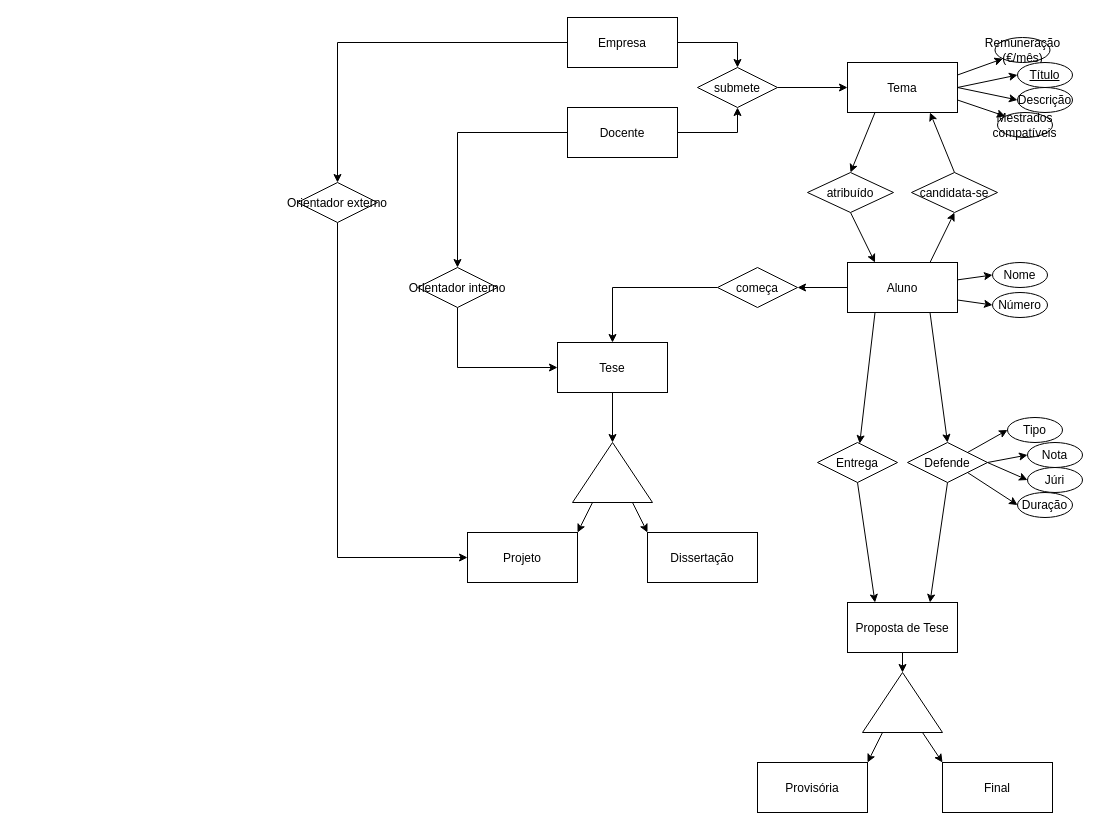
The draw.io diagram page "Página-2" (2 of 2) of CSS_domainModel.drawio in JorgeCaldeira/CSS-fase1, before the edit. Source tidied: cells renumbered, new cells numbered last; positions are measured from the earlier drawing's top-left corner, leaving out a move shared by most shapes. Both pictures are drawn from the tidied source at 100%, with x=0, y=0 at pixel (297, 17).
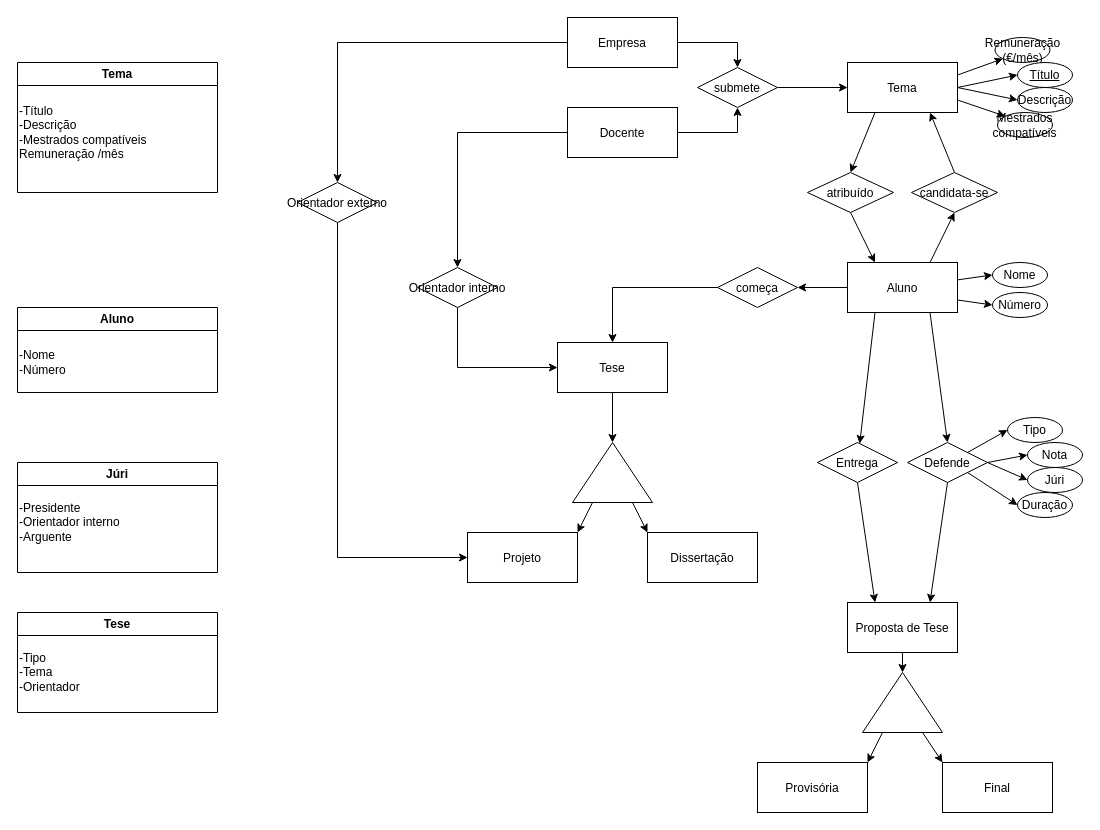
Above is the later version.

Change to the diagram source:
```diff
@@
+    <mxCell id="65" value="Aluno" style="swimlane;whiteSpace=wrap;html=1;" parent="1" vertex="1">
+      <mxGeometry x="-280" y="290" width="200" height="85" as="geometry" />
+    </mxCell>
+    <mxCell id="66" value="-Nome&lt;div&gt;-Número&lt;/div&gt;" style="text;html=1;align=left;verticalAlign=middle;strokeColor=none;fillColor=none;" parent="65" vertex="1">
+      <mxGeometry y="35" width="70" height="40" as="geometry" />
+    </mxCell>
+    <mxCell id="67" value="Tema" style="swimlane;whiteSpace=wrap;html=1;" parent="1" vertex="1">
+      <mxGeometry x="-280" y="45" width="200" height="130" as="geometry" />
+    </mxCell>
+    <mxCell id="68" value="-Título&lt;div&gt;-Descrição&lt;/div&gt;&lt;div&gt;-Mestrados compatíveis&lt;/div&gt;&lt;div&gt;Remuneração /mês&lt;/div&gt;" style="text;html=1;align=left;verticalAlign=middle;strokeColor=none;fillColor=none;" parent="67" vertex="1">
+      <mxGeometry y="35" width="150" height="70" as="geometry" />
+    </mxCell>
+    <mxCell id="69" value="Tese" style="swimlane;whiteSpace=wrap;html=1;" parent="1" vertex="1">
+      <mxGeometry x="-280" y="595" width="200" height="100" as="geometry" />
+    </mxCell>
+    <mxCell id="70" value="-Tipo&amp;nbsp;&lt;div&gt;-Tema&lt;br&gt;&lt;div&gt;-Orientador&lt;/div&gt;&lt;/div&gt;" style="text;html=1;align=left;verticalAlign=middle;strokeColor=none;fillColor=none;" parent="69" vertex="1">
+      <mxGeometry y="30" width="80" height="60" as="geometry" />
+    </mxCell>
+    <mxCell id="71" value="Júri" style="swimlane;whiteSpace=wrap;html=1;" parent="1" vertex="1">
+      <mxGeometry x="-280" y="445" width="200" height="110" as="geometry" />
+    </mxCell>
+    <mxCell id="72" value="-&lt;span style=&quot;background-color: initial;&quot;&gt;Presidente&lt;/span&gt;&lt;div&gt;&lt;span style=&quot;background-color: initial;&quot;&gt;-Orientador interno&lt;/span&gt;&lt;/div&gt;&lt;div&gt;&lt;span style=&quot;background-color: initial;&quot;&gt;-Arguente&lt;/span&gt;&lt;/div&gt;" style="text;html=1;align=left;verticalAlign=middle;strokeColor=none;fillColor=none;" parent="71" vertex="1">
+      <mxGeometry y="30" width="120" height="60" as="geometry" />
+    </mxCell>
```
